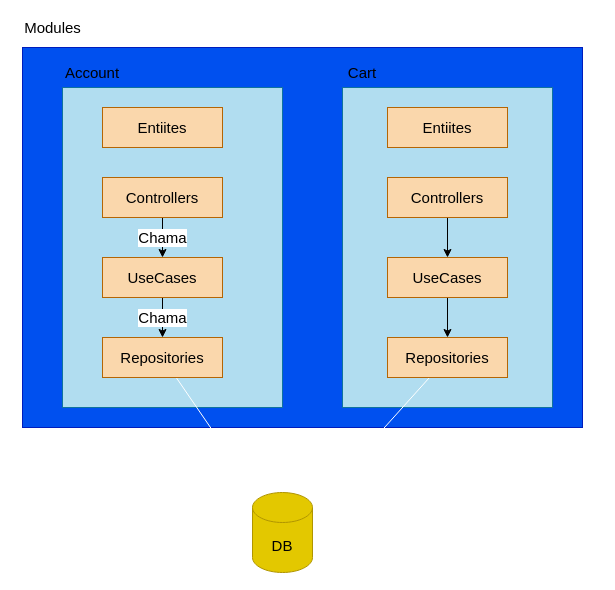
Above: rentalx/docs/architecture.drawio in andersonsilva019/treinamento-node (draw.io), before the change. Source tidied: cells renumbered, new cells numbered last; positions are measured from the earlier drawing's top-left corner, leaving out a move shared by most shapes. Both pictures are drawn from the tidied source at 100%, with x=0, y=0 at pixel (17, 17).
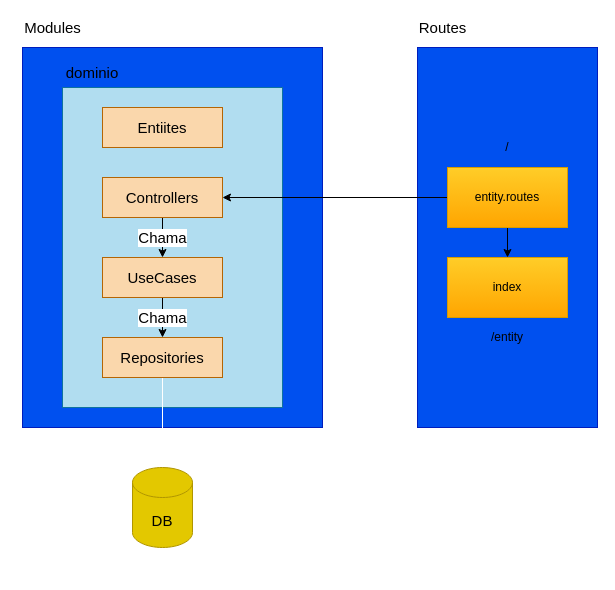
The same diagram, later.

The change refers to these unchanged cells:
```xml
<mxCell id="14" value="&lt;font color=&quot;#000000&quot;&gt;Controllers&lt;/font&gt;" style="rounded=0;whiteSpace=wrap;html=1;fontSize=15;fillColor=#fad7ac;strokeColor=#b46504;" parent="1" vertex="1">
  <mxGeometry x="85" y="160" width="120" height="40" as="geometry" />
</mxCell>
```

Diff of the diagram source:
```diff
@@
     <mxCell id="2" style="rounded=0;whiteSpace=wrap;html=1;fillColor=#0050ef;strokeColor=#001DBC;fontColor=#ffffff;" parent="1" vertex="1">
-      <mxGeometry x="5" y="30" width="560" height="380" as="geometry" />
+      <mxGeometry x="5" y="30" width="300" height="380" as="geometry" />
     </mxCell>
@@
-    <mxCell id="5" style="rounded=0;whiteSpace=wrap;html=1;fontSize=15;fillColor=#b1ddf0;strokeColor=#10739e;" parent="1" vertex="1">
-      <mxGeometry x="325" y="70" width="210" height="320" as="geometry" />
-    </mxCell>
-    <mxCell id="6" value="Account" style="text;html=1;strokeColor=none;fillColor=none;align=center;verticalAlign=middle;whiteSpace=wrap;rounded=0;fontSize=15;" parent="1" vertex="1">
+    <mxCell id="6" value="dominio" style="text;html=1;strokeColor=none;fillColor=none;align=center;verticalAlign=middle;whiteSpace=wrap;rounded=0;fontSize=15;" parent="1" vertex="1">
       <mxGeometry x="55" y="45" width="40" height="20" as="geometry" />
     </mxCell>
-    <mxCell id="7" value="Cart" style="text;html=1;strokeColor=none;fillColor=none;align=center;verticalAlign=middle;whiteSpace=wrap;rounded=0;fontSize=15;" parent="1" vertex="1">
-      <mxGeometry x="325" y="45" width="40" height="20" as="geometry" />
-    </mxCell>
@@
     <mxCell id="15" value="DB" style="shape=cylinder3;whiteSpace=wrap;html=1;boundedLbl=1;backgroundOutline=1;size=15;fontSize=15;fillColor=#e3c800;strokeColor=#B09500;fontColor=#000000;" parent="1" vertex="1">
-      <mxGeometry x="235" y="475" width="60" height="80" as="geometry" />
+      <mxGeometry x="115" y="450" width="60" height="80" as="geometry" />
     </mxCell>
-    <mxCell id="16" style="edgeStyle=none;html=1;fontSize=15;entryX=1;entryY=0;entryDx=0;entryDy=15;entryPerimeter=0;strokeColor=#FFFFFF;" parent="1" edge="1" source="17" target="15">
-      <mxGeometry relative="1" as="geometry" />
-    </mxCell>
-    <mxCell id="17" value="&lt;font color=&quot;#000000&quot;&gt;Repositories&lt;/font&gt;" style="rounded=0;whiteSpace=wrap;html=1;fontSize=15;fillColor=#fad7ac;strokeColor=#b46504;" parent="1" vertex="1">
-      <mxGeometry x="370" y="320" width="120" height="40" as="geometry" />
-    </mxCell>
-    <mxCell id="18" style="edgeStyle=none;html=1;entryX=0.5;entryY=0;entryDx=0;entryDy=0;fontSize=15;strokeColor=#000000;" parent="1" edge="1" source="19" target="17">
-      <mxGeometry relative="1" as="geometry" />
-    </mxCell>
-    <mxCell id="19" value="&lt;font color=&quot;#000000&quot;&gt;UseCases&lt;/font&gt;" style="rounded=0;whiteSpace=wrap;html=1;fontSize=15;fillColor=#fad7ac;strokeColor=#b46504;" parent="1" vertex="1">
-      <mxGeometry x="370" y="240" width="120" height="40" as="geometry" />
-    </mxCell>
-    <mxCell id="20" value="&lt;font color=&quot;#000000&quot;&gt;Entiites&lt;/font&gt;" style="rounded=0;whiteSpace=wrap;html=1;fontSize=15;fillColor=#fad7ac;strokeColor=#b46504;" parent="1" vertex="1">
-      <mxGeometry x="370" y="90" width="120" height="40" as="geometry" />
-    </mxCell>
-    <mxCell id="21" style="edgeStyle=none;html=1;fontSize=15;strokeColor=#000000;" parent="1" edge="1" source="22" target="19">
-      <mxGeometry relative="1" as="geometry" />
-    </mxCell>
-    <mxCell id="22" value="&lt;font color=&quot;#000000&quot;&gt;Controllers&lt;/font&gt;" style="rounded=0;whiteSpace=wrap;html=1;fontSize=15;fillColor=#fad7ac;strokeColor=#b46504;" parent="1" vertex="1">
-      <mxGeometry x="370" y="160" width="120" height="40" as="geometry" />
-    </mxCell>
+    <mxCell id="23" style="rounded=0;whiteSpace=wrap;html=1;fillColor=#0050ef;strokeColor=#001DBC;fontColor=#ffffff;" parent="1" vertex="1">
+      <mxGeometry x="400" y="30" width="180" height="380" as="geometry" />
+    </mxCell>
+    <mxCell id="24" value="Routes" style="text;html=1;align=center;verticalAlign=middle;strokeColor=none;fontSize=15;" parent="1" vertex="1">
+      <mxGeometry x="395" width="60" height="20" as="geometry" />
+    </mxCell>
+    <mxCell id="25" style="edgeStyle=none;html=1;" parent="1" edge="1" source="27" target="28">
+      <mxGeometry relative="1" as="geometry" />
+    </mxCell>
+    <mxCell id="26" style="edgeStyle=none;html=1;" parent="1" edge="1" source="27" target="14">
+      <mxGeometry relative="1" as="geometry" />
+    </mxCell>
+    <mxCell id="27" value="entity.routes" style="rounded=0;whiteSpace=wrap;html=1;fillColor=#ffcd28;strokeColor=#d79b00;gradientColor=#ffa500;" parent="1" vertex="1">
+      <mxGeometry x="430" y="150" width="120" height="60" as="geometry" />
+    </mxCell>
+    <mxCell id="28" value="index" style="rounded=0;whiteSpace=wrap;html=1;fillColor=#ffcd28;strokeColor=#d79b00;gradientColor=#ffa500;" parent="1" vertex="1">
+      <mxGeometry x="430" y="240" width="120" height="60" as="geometry" />
+    </mxCell>
+    <mxCell id="29" value="/" style="text;html=1;strokeColor=none;fillColor=none;align=center;verticalAlign=middle;whiteSpace=wrap;rounded=0;" parent="1" vertex="1">
+      <mxGeometry x="470" y="120" width="40" height="20" as="geometry" />
+    </mxCell>
+    <mxCell id="30" value="/entity" style="text;html=1;strokeColor=none;fillColor=none;align=center;verticalAlign=middle;whiteSpace=wrap;rounded=0;" parent="1" vertex="1">
+      <mxGeometry x="470" y="310" width="40" height="20" as="geometry" />
+    </mxCell>
```
